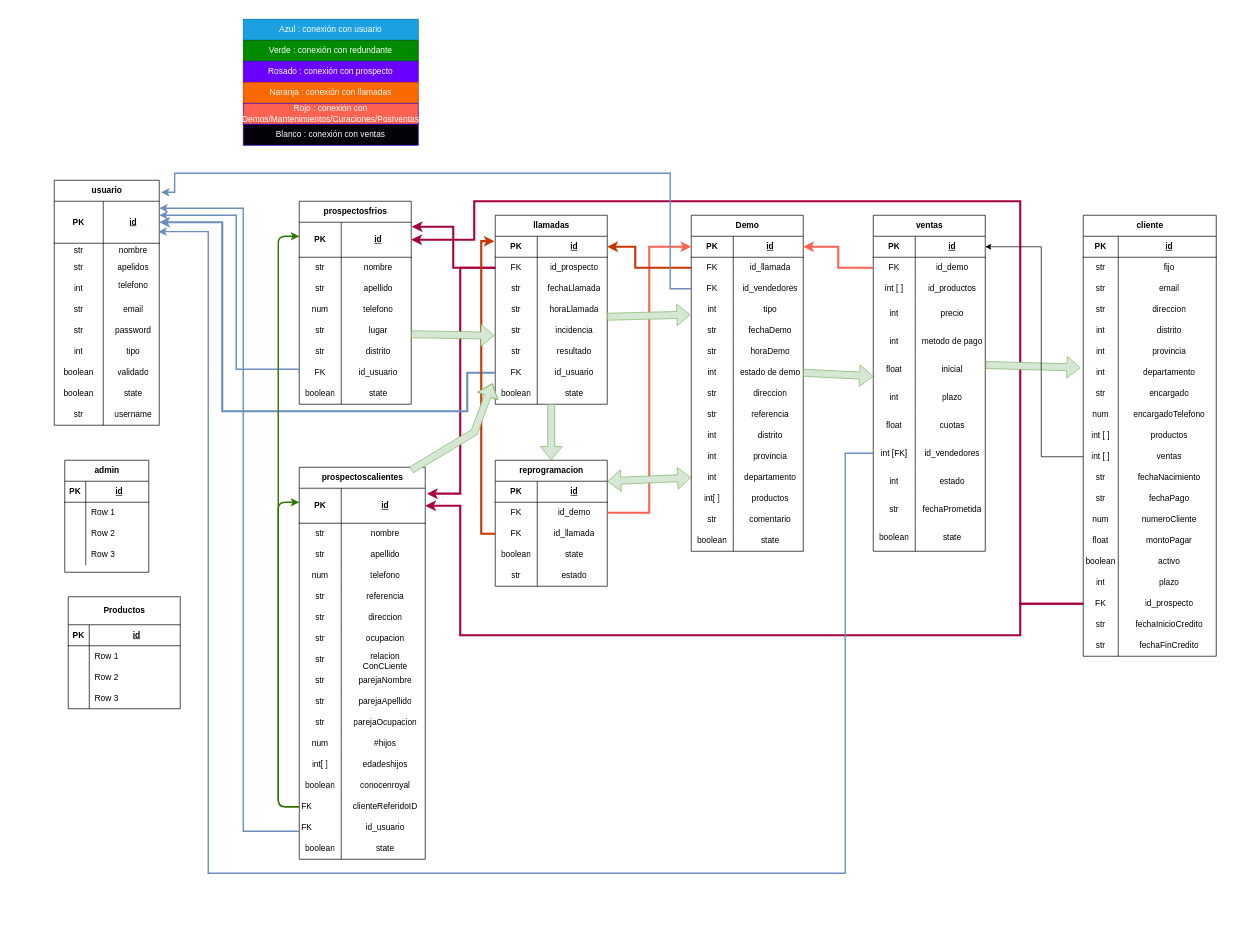
The draw.io diagram diagrama/RoyalDB.drawio in gunminiho/royalsystemBack, before the edit. Source tidied: cells renumbered, new cells numbered last; positions are measured from the earlier drawing's top-left corner, leaving out a move shared by most shapes. Both pictures are drawn from the tidied source at 70%, with x=0, y=0 at pixel (54, 19).
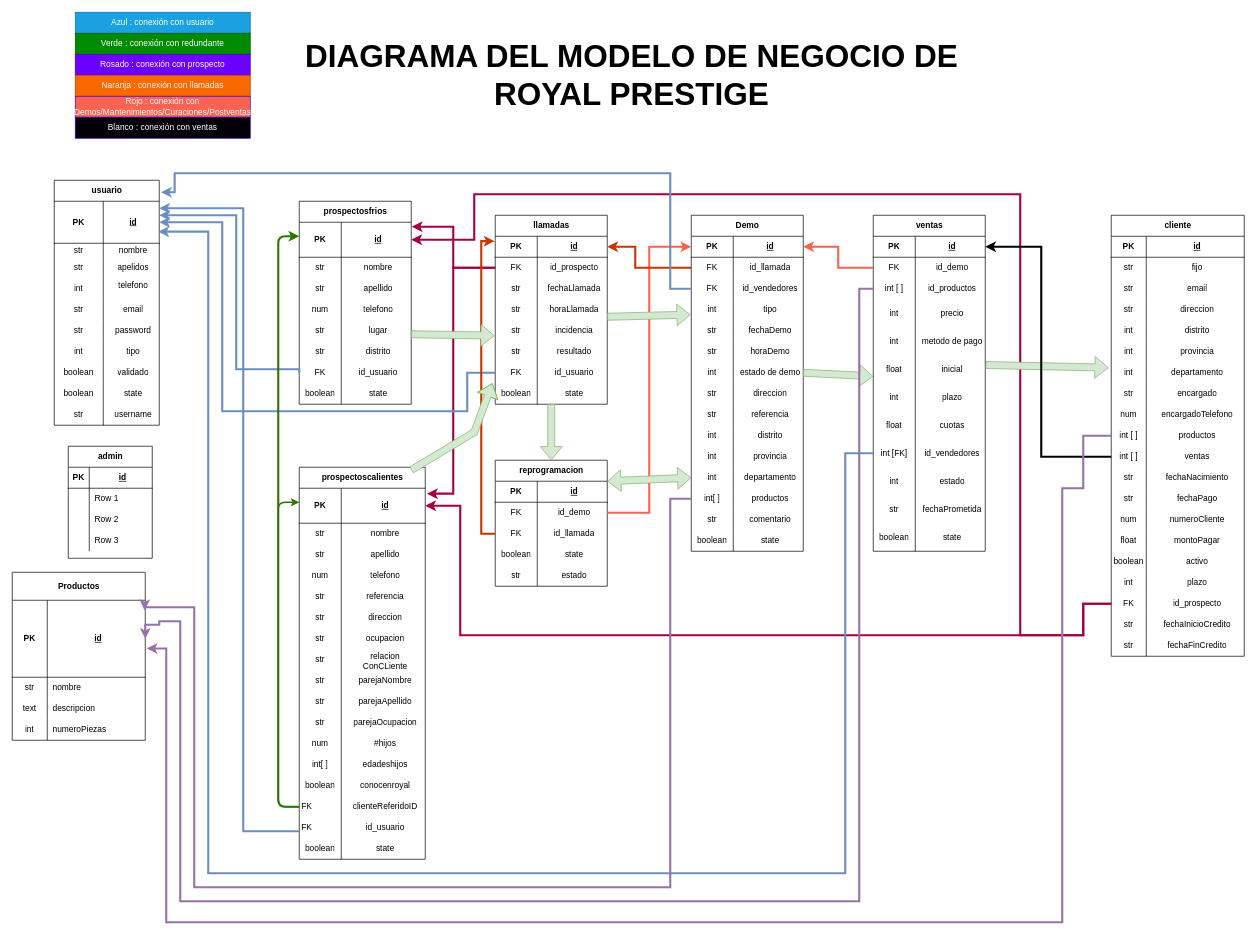
The same page after the edit.

The change refers to these unchanged cells:
```xml
<mxCell id="2" value="usuario" style="shape=table;startSize=30;childLayout=tableLayout;rowLines=0;fontStyle=1;align=center;html=1;" parent="1" vertex="1">
  <mxGeometry y="230" width="150" height="350" as="geometry" />
</mxCell>
<mxCell id="3" style="shape=tableRow;horizontal=0;startSize=0;swimlaneHead=0;swimlaneBody=0;fillColor=none;points=[[0,0.5],[1,0.5]];portConstraint=eastwest;top=0;left=0;right=0;bottom=1;" parent="2" vertex="1">
  <mxGeometry y="30" width="150" height="60" as="geometry" />
</mxCell>
<mxCell id="61" style="shape=tableRow;horizontal=0;startSize=0;swimlaneHead=0;swimlaneBody=0;fillColor=none;points=[[0,0.5],[1,0.5]];portConstraint=eastwest;top=0;left=0;right=0;bottom=0;" parent="33" vertex="1">
  <mxGeometry y="300" width="190" height="30" as="geometry" />
</mxCell>
<mxCell id="64" style="shape=tableRow;horizontal=0;startSize=0;swimlaneHead=0;swimlaneBody=0;fillColor=none;points=[[0,0.5],[1,0.5]];portConstraint=eastwest;top=0;left=0;right=0;bottom=0;" parent="33" vertex="1">
  <mxGeometry y="330" width="190" height="30" as="geometry" />
</mxCell>
<mxCell id="85" style="shape=tableRow;horizontal=0;startSize=0;swimlaneHead=0;swimlaneBody=0;fillColor=none;points=[[0,0.5],[1,0.5]];portConstraint=eastwest;top=0;left=0;right=0;bottom=0;" parent="33" vertex="1">
  <mxGeometry y="540" width="190" height="30" as="geometry" />
</mxCell>
<mxCell id="95" style="shape=tableRow;horizontal=0;startSize=0;swimlaneHead=0;swimlaneBody=0;fillColor=none;points=[[0,0.5],[1,0.5]];portConstraint=eastwest;top=0;left=0;right=0;bottom=1;" parent="94" vertex="1">
  <mxGeometry y="30" width="160" height="50" as="geometry" />
</mxCell>
<mxCell id="136" style="shape=tableRow;horizontal=0;startSize=0;swimlaneHead=0;swimlaneBody=0;fillColor=none;points=[[0,0.5],[1,0.5]];portConstraint=eastwest;top=0;left=0;right=0;bottom=0;" parent="132" vertex="1">
  <mxGeometry y="60" width="160" height="30" as="geometry" />
</mxCell>
<mxCell id="158" style="shape=tableRow;horizontal=0;startSize=0;swimlaneHead=0;swimlaneBody=0;fillColor=none;points=[[0,0.5],[1,0.5]];portConstraint=eastwest;top=0;left=0;right=0;bottom=1;" parent="157" vertex="1">
  <mxGeometry y="30" width="160" height="30" as="geometry" />
</mxCell>
<mxCell id="164" style="shape=tableRow;horizontal=0;startSize=0;swimlaneHead=0;swimlaneBody=0;fillColor=none;points=[[0,0.5],[1,0.5]];portConstraint=eastwest;top=0;left=0;right=0;bottom=0;" parent="157" vertex="1">
  <mxGeometry y="90" width="160" height="30" as="geometry" />
</mxCell>
<mxCell id="182" style="shape=tableRow;horizontal=0;startSize=0;swimlaneHead=0;swimlaneBody=0;fillColor=none;points=[[0,0.5],[1,0.5]];portConstraint=eastwest;top=0;left=0;right=0;bottom=0;" parent="157" vertex="1">
  <mxGeometry y="320" width="160" height="40" as="geometry" />
</mxCell>
<mxCell id="201" style="shape=tableRow;horizontal=0;startSize=0;swimlaneHead=0;swimlaneBody=0;fillColor=none;points=[[0,0.5],[1,0.5]];portConstraint=eastwest;top=0;left=0;right=0;bottom=0;" parent="194" vertex="1">
  <mxGeometry y="90" width="160" height="30" as="geometry" />
</mxCell>
<mxCell id="231" style="shape=tableRow;horizontal=0;startSize=0;swimlaneHead=0;swimlaneBody=0;fillColor=none;points=[[0,0.5],[1,0.5]];portConstraint=eastwest;top=0;left=0;right=0;bottom=0;" parent="194" vertex="1">
  <mxGeometry y="390" width="160" height="30" as="geometry" />
</mxCell>
<mxCell id="270" style="shape=tableRow;horizontal=0;startSize=0;swimlaneHead=0;swimlaneBody=0;fillColor=none;points=[[0,0.5],[1,0.5]];portConstraint=eastwest;top=0;left=0;right=0;bottom=1;" parent="269" vertex="1">
  <mxGeometry y="30" width="180" height="50" as="geometry" />
</mxCell>
<mxCell id="312" style="shape=tableRow;horizontal=0;startSize=0;swimlaneHead=0;swimlaneBody=0;fillColor=none;points=[[0,0.5],[1,0.5]];portConstraint=eastwest;top=0;left=0;right=0;bottom=0;" parent="269" vertex="1">
  <mxGeometry y="470" width="180" height="30" as="geometry" />
</mxCell>
<mxCell id="315" style="shape=tableRow;horizontal=0;startSize=0;swimlaneHead=0;swimlaneBody=0;fillColor=none;points=[[0,0.5],[1,0.5]];portConstraint=eastwest;top=0;left=0;right=0;bottom=0;" parent="269" vertex="1">
  <mxGeometry y="500" width="180" height="30" as="geometry" />
</mxCell>
```

The edit, as a diff of the source:
```diff
@@
     <mxCell id="33" value="cliente" style="shape=table;startSize=30;childLayout=tableLayout;rowLines=0;fontStyle=1;align=center;html=1;" parent="1" vertex="1">
-      <mxGeometry x="1470" y="280" width="190" height="630" as="geometry" />
+      <mxGeometry x="1510" y="280" width="190" height="630" as="geometry" />
     </mxCell>
@@
     <mxCell id="119" value="admin" style="shape=table;startSize=30;childLayout=tableLayout;rowLines=0;fontStyle=1;align=center;html=1;" parent="1" vertex="1">
-      <mxGeometry x="15" y="630" width="120" height="160" as="geometry" />
+      <mxGeometry x="20" y="610" width="120" height="160" as="geometry" />
     </mxCell>
@@
     <mxCell id="256" value="Productos" style="shape=table;startSize=40;childLayout=tableLayout;rowLines=0;fontStyle=1;align=center;html=1;" parent="1" vertex="1">
-      <mxGeometry x="20" y="825" width="160" height="160" as="geometry" />
+      <mxGeometry x="-60" y="790" width="190" height="240" as="geometry" />
     </mxCell>
     <mxCell id="257" style="shape=tableRow;horizontal=0;startSize=0;swimlaneHead=0;swimlaneBody=0;fillColor=none;points=[[0,0.5],[1,0.5]];portConstraint=eastwest;top=0;left=0;right=0;bottom=1;" parent="256" vertex="1">
-      <mxGeometry y="40" width="160" height="30" as="geometry" />
+      <mxGeometry y="40" width="190" height="110" as="geometry" />
     </mxCell>
     <mxCell id="258" value="PK" style="shape=partialRectangle;fillColor=none;top=0;left=0;bottom=0;right=0;fontStyle=1;overflow=hidden;whiteSpace=wrap;html=1;" parent="257" vertex="1">
-      <mxGeometry width="30" height="30" as="geometry" />
+      <mxGeometry width="50" height="110" as="geometry" />
     </mxCell>
     <mxCell id="259" value="id" style="shape=partialRectangle;fillColor=none;top=0;left=0;bottom=0;right=0;align=center;spacingLeft=6;fontStyle=5;overflow=hidden;whiteSpace=wrap;html=1;" parent="257" vertex="1">
-      <mxGeometry x="30" width="130" height="30" as="geometry" />
+      <mxGeometry x="50" width="140" height="110" as="geometry" />
     </mxCell>
     <mxCell id="260" style="shape=tableRow;horizontal=0;startSize=0;swimlaneHead=0;swimlaneBody=0;fillColor=none;top=0;left=0;right=0;bottom=0;" parent="256" vertex="1">
-      <mxGeometry y="70" width="160" height="30" as="geometry" />
+      <mxGeometry y="150" width="190" height="30" as="geometry" />
     </mxCell>
-    <mxCell id="261" style="shape=partialRectangle;fillColor=none;top=0;left=0;bottom=0;right=0;overflow=hidden;whiteSpace=wrap;html=1;" parent="260" vertex="1">
-      <mxGeometry width="30" height="30" as="geometry" />
+    <mxCell id="261" value="str" style="shape=partialRectangle;fillColor=none;top=0;left=0;bottom=0;right=0;overflow=hidden;whiteSpace=wrap;html=1;" parent="260" vertex="1">
+      <mxGeometry width="50" height="30" as="geometry" />
     </mxCell>
-    <mxCell id="262" value="Row 1" style="shape=partialRectangle;fillColor=none;top=0;left=0;bottom=0;right=0;align=left;spacingLeft=6;overflow=hidden;whiteSpace=wrap;html=1;" parent="260" vertex="1">
-      <mxGeometry x="30" width="130" height="30" as="geometry" />
+    <mxCell id="262" value="nombre" style="shape=partialRectangle;fillColor=none;top=0;left=0;bottom=0;right=0;align=left;spacingLeft=6;overflow=hidden;whiteSpace=wrap;html=1;" parent="260" vertex="1">
+      <mxGeometry x="50" width="140" height="30" as="geometry" />
     </mxCell>
     <mxCell id="263" style="shape=tableRow;horizontal=0;startSize=0;swimlaneHead=0;swimlaneBody=0;fillColor=none;top=0;left=0;right=0;bottom=0;" parent="256" vertex="1">
-      <mxGeometry y="100" width="160" height="30" as="geometry" />
+      <mxGeometry y="180" width="190" height="30" as="geometry" />
     </mxCell>
-    <mxCell id="264" style="shape=partialRectangle;fillColor=none;top=0;left=0;bottom=0;right=0;overflow=hidden;whiteSpace=wrap;html=1;" parent="263" vertex="1">
-      <mxGeometry width="30" height="30" as="geometry" />
+    <mxCell id="264" value="text" style="shape=partialRectangle;fillColor=none;top=0;left=0;bottom=0;right=0;overflow=hidden;whiteSpace=wrap;html=1;" parent="263" vertex="1">
+      <mxGeometry width="50" height="30" as="geometry" />
     </mxCell>
-    <mxCell id="265" value="Row 2" style="shape=partialRectangle;fillColor=none;top=0;left=0;bottom=0;right=0;align=left;spacingLeft=6;overflow=hidden;whiteSpace=wrap;html=1;" parent="263" vertex="1">
-      <mxGeometry x="30" width="130" height="30" as="geometry" />
+    <mxCell id="265" value="descripcion" style="shape=partialRectangle;fillColor=none;top=0;left=0;bottom=0;right=0;align=left;spacingLeft=6;overflow=hidden;whiteSpace=wrap;html=1;" parent="263" vertex="1">
+      <mxGeometry x="50" width="140" height="30" as="geometry" />
     </mxCell>
     <mxCell id="266" style="shape=tableRow;horizontal=0;startSize=0;swimlaneHead=0;swimlaneBody=0;fillColor=none;top=0;left=0;right=0;bottom=0;" parent="256" vertex="1">
-      <mxGeometry y="130" width="160" height="30" as="geometry" />
+      <mxGeometry y="210" width="190" height="30" as="geometry" />
     </mxCell>
-    <mxCell id="267" style="shape=partialRectangle;fillColor=none;top=0;left=0;bottom=0;right=0;overflow=hidden;whiteSpace=wrap;html=1;" parent="266" vertex="1">
-      <mxGeometry width="30" height="30" as="geometry" />
+    <mxCell id="267" value="int" style="shape=partialRectangle;fillColor=none;top=0;left=0;bottom=0;right=0;overflow=hidden;whiteSpace=wrap;html=1;" parent="266" vertex="1">
+      <mxGeometry width="50" height="30" as="geometry" />
     </mxCell>
-    <mxCell id="268" value="Row 3" style="shape=partialRectangle;fillColor=none;top=0;left=0;bottom=0;right=0;align=left;spacingLeft=6;overflow=hidden;whiteSpace=wrap;html=1;" parent="266" vertex="1">
-      <mxGeometry x="30" width="130" height="30" as="geometry" />
+    <mxCell id="268" value="numeroPiezas" style="shape=partialRectangle;fillColor=none;top=0;left=0;bottom=0;right=0;align=left;spacingLeft=6;overflow=hidden;whiteSpace=wrap;html=1;" parent="266" vertex="1">
+      <mxGeometry x="50" width="140" height="30" as="geometry" />
     </mxCell>
@@
-    <mxCell id="322" style="edgeStyle=orthogonalEdgeStyle;rounded=0;jettySize=auto;html=1;exitX=0;exitY=0.5;exitDx=0;exitDy=0;fillColor=#dae8fc;strokeColor=#6c8ebf;strokeWidth=2;" parent="1" edge="1" target="3">
+    <mxCell id="322" style="edgeStyle=orthogonalEdgeStyle;rounded=0;jettySize=auto;html=1;exitX=0;exitY=0.5;exitDx=0;exitDy=0;fillColor=#dae8fc;strokeColor=#6c8ebf;strokeWidth=3;" parent="1" edge="1" target="3">
       <mxGeometry relative="1" as="geometry">
         <mxPoint x="350" y="505" as="sourcePoint" />
         <Array as="points">
           <mxPoint x="350" y="500" />
           <mxPoint x="260" y="500" />
           <mxPoint x="260" y="280" />
         </Array>
       </mxGeometry>
     </mxCell>
-    <mxCell id="323" style="edgeStyle=orthogonalEdgeStyle;rounded=0;jettySize=auto;html=1;fillColor=#dae8fc;strokeColor=#6c8ebf;strokeWidth=2;" parent="1" edge="1" source="315" target="3">
+    <mxCell id="323" style="edgeStyle=orthogonalEdgeStyle;rounded=0;jettySize=auto;html=1;fillColor=#dae8fc;strokeColor=#6c8ebf;strokeWidth=3;" parent="1" edge="1" source="315" target="3">
       <mxGeometry relative="1" as="geometry">
         <Array as="points">
           <mxPoint x="270" y="1160" />
           <mxPoint x="270" y="270" />
         </Array>
       </mxGeometry>
     </mxCell>
@@
     <mxCell id="325" style="edgeStyle=orthogonalEdgeStyle;rounded=0;jettySize=auto;html=1;exitX=0;exitY=0.5;exitDx=0;exitDy=0;entryX=1.014;entryY=0.154;entryDx=0;entryDy=0;entryPerimeter=0;fillColor=#d80073;strokeColor=#A50040;strokeWidth=3;" parent="1" edge="1" source="136" target="270">
-      <mxGeometry relative="1" as="geometry" />
+      <mxGeometry relative="1" as="geometry">
+        <Array as="points">
+          <mxPoint x="570" y="355" />
+          <mxPoint x="570" y="678" />
+        </Array>
+      </mxGeometry>
     </mxCell>
@@
-    <mxCell id="327" style="edgeStyle=orthogonalEdgeStyle;rounded=1;jettySize=auto;html=1;exitX=0;exitY=0.5;exitDx=0;exitDy=0;entryX=0;entryY=0.4;entryDx=0;entryDy=0;entryPerimeter=0;fillColor=#60a917;strokeColor=#2D7600;strokeWidth=2;curved=0;" parent="1" edge="1" source="312" target="95">
+    <mxCell id="327" style="edgeStyle=orthogonalEdgeStyle;rounded=1;jettySize=auto;html=1;exitX=0;exitY=0.5;exitDx=0;exitDy=0;entryX=0;entryY=0.4;entryDx=0;entryDy=0;entryPerimeter=0;fillColor=#60a917;strokeColor=#2D7600;strokeWidth=3;curved=0;" parent="1" edge="1" source="312" target="95">
       <mxGeometry relative="1" as="geometry">
         <Array as="points">
           <mxPoint x="320" y="1125" />
           <mxPoint x="320" y="310" />
         </Array>
       </mxGeometry>
     </mxCell>
     <mxCell id="328" value="Azul : conexión con usuario" style="text;strokeColor=#006EAF;align=center;fillColor=#1ba1e2;html=1;verticalAlign=middle;whiteSpace=wrap;rounded=0;fontColor=#ffffff;" parent="1" vertex="1">
-      <mxGeometry x="270" width="250" height="30" as="geometry" />
+      <mxGeometry x="30" y="-10" width="250" height="30" as="geometry" />
     </mxCell>
     <mxCell id="329" value="Verde : conexión con redundante" style="text;strokeColor=#005700;align=center;fillColor=#008a00;html=1;verticalAlign=middle;whiteSpace=wrap;rounded=0;fontColor=#ffffff;" parent="1" vertex="1">
-      <mxGeometry x="270" y="30" width="250" height="30" as="geometry" />
+      <mxGeometry x="30" y="20" width="250" height="30" as="geometry" />
     </mxCell>
     <mxCell id="330" value="Rosado : conexión con prospecto" style="text;strokeColor=#3700CC;align=center;fillColor=#6a00ff;html=1;verticalAlign=middle;whiteSpace=wrap;rounded=0;fontColor=#ffffff;" parent="1" vertex="1">
-      <mxGeometry x="270" y="60" width="250" height="30" as="geometry" />
+      <mxGeometry x="30" y="50" width="250" height="30" as="geometry" />
     </mxCell>
@@
     <mxCell id="333" value="Naranja : conexión con llamadas" style="text;strokeColor=#C73500;align=center;fillColor=#fa6800;html=1;verticalAlign=middle;whiteSpace=wrap;rounded=0;fontColor=#FAFAFA;" parent="1" vertex="1">
-      <mxGeometry x="270" y="90" width="250" height="30" as="geometry" />
+      <mxGeometry x="30" y="80" width="250" height="30" as="geometry" />
     </mxCell>
     <mxCell id="334" value="Rojo : conexión con Demos/Mantenimientos/Curaciones/Postventas" style="text;strokeColor=#3700CC;align=center;fillColor=#FC6251;html=1;verticalAlign=middle;whiteSpace=wrap;rounded=0;fontColor=#ffffff;" parent="1" vertex="1">
-      <mxGeometry x="270" y="120" width="250" height="30" as="geometry" />
+      <mxGeometry x="30" y="110" width="250" height="30" as="geometry" />
     </mxCell>
     <mxCell id="335" value="Blanco : conexión con ventas" style="text;strokeColor=#3700CC;align=center;fillColor=#030008;html=1;verticalAlign=middle;whiteSpace=wrap;rounded=0;fontColor=#ffffff;" parent="1" vertex="1">
-      <mxGeometry x="270" y="150" width="250" height="30" as="geometry" />
+      <mxGeometry x="30" y="140" width="250" height="30" as="geometry" />
     </mxCell>
     <mxCell id="336" style="edgeStyle=orthogonalEdgeStyle;rounded=0;jettySize=auto;html=1;exitX=0;exitY=0.5;exitDx=0;exitDy=0;entryX=1;entryY=0.5;entryDx=0;entryDy=0;fillColor=#d80073;strokeColor=#A50040;strokeWidth=3;" parent="1" edge="1" source="85" target="95">
       <mxGeometry relative="1" as="geometry">
         <Array as="points">
-          <mxPoint x="1380" y="835" />
-          <mxPoint x="1380" y="260" />
-          <mxPoint x="600" y="260" />
+          <mxPoint x="1470" y="835" />
+          <mxPoint x="1470" y="880" />
+          <mxPoint x="1380" y="880" />
+          <mxPoint x="1380" y="250" />
+          <mxPoint x="600" y="250" />
           <mxPoint x="600" y="315" />
         </Array>
       </mxGeometry>
     </mxCell>
@@
     <mxCell id="344" style="edgeStyle=orthogonalEdgeStyle;rounded=0;jettySize=auto;html=1;exitX=0;exitY=0.5;exitDx=0;exitDy=0;entryX=1;entryY=0.5;entryDx=0;entryDy=0;fillColor=#d80073;strokeColor=#A50040;strokeWidth=3;" parent="1" edge="1" source="85" target="270">
       <mxGeometry relative="1" as="geometry">
         <Array as="points">
-          <mxPoint x="1380" y="835" />
-          <mxPoint x="1380" y="880" />
+          <mxPoint x="1470" y="835" />
+          <mxPoint x="1470" y="880" />
           <mxPoint x="580" y="880" />
           <mxPoint x="580" y="695" />
         </Array>
       </mxGeometry>
     </mxCell>
@@
-    <mxCell id="346" style="edgeStyle=orthogonalEdgeStyle;rounded=0;jettySize=auto;html=1;exitX=0;exitY=0.5;exitDx=0;exitDy=0;entryX=0.991;entryY=0.724;entryDx=0;entryDy=0;entryPerimeter=0;fillColor=#dae8fc;strokeColor=#6c8ebf;strokeWidth=2;" parent="1" edge="1" source="182" target="3">
+    <mxCell id="346" style="edgeStyle=orthogonalEdgeStyle;rounded=0;jettySize=auto;html=1;exitX=0;exitY=0.5;exitDx=0;exitDy=0;entryX=0.991;entryY=0.724;entryDx=0;entryDy=0;entryPerimeter=0;fillColor=#dae8fc;strokeColor=#6c8ebf;strokeWidth=3;" parent="1" edge="1" source="182" target="3">
       <mxGeometry relative="1" as="geometry">
         <Array as="points">
           <mxPoint x="1130" y="620" />
           <mxPoint x="1130" y="1220" />
           <mxPoint x="220" y="1220" />
           <mxPoint x="220" y="303" />
         </Array>
       </mxGeometry>
     </mxCell>
@@
-    <mxCell id="348" style="edgeStyle=orthogonalEdgeStyle;rounded=0;jettySize=auto;html=1;exitX=0;exitY=0.5;exitDx=0;exitDy=0;entryX=1.017;entryY=0.049;entryDx=0;entryDy=0;entryPerimeter=0;fillColor=#dae8fc;gradientColor=#7ea6e0;strokeColor=#6c8ebf;strokeWidth=2;" parent="1" edge="1" source="201" target="2">
+    <mxCell id="348" style="edgeStyle=orthogonalEdgeStyle;rounded=0;jettySize=auto;html=1;exitX=0;exitY=0.5;exitDx=0;exitDy=0;entryX=1.017;entryY=0.049;entryDx=0;entryDy=0;entryPerimeter=0;fillColor=#dae8fc;gradientColor=#7ea6e0;strokeColor=#6c8ebf;strokeWidth=3;" parent="1" edge="1" source="201" target="2">
       <mxGeometry relative="1" as="geometry">
         <Array as="points">
           <mxPoint x="880" y="385" />
           <mxPoint x="880" y="220" />
           <mxPoint x="172" y="220" />
           <mxPoint x="172" y="247" />
         </Array>
       </mxGeometry>
     </mxCell>
-    <mxCell id="349" style="edgeStyle=orthogonalEdgeStyle;rounded=0;jettySize=auto;html=1;exitX=0;exitY=0.5;exitDx=0;exitDy=0;entryX=1;entryY=0.5;entryDx=0;entryDy=0;" parent="1" edge="1" source="64" target="158">
+    <mxCell id="349" style="edgeStyle=orthogonalEdgeStyle;rounded=0;jettySize=auto;html=1;exitX=0;exitY=0.5;exitDx=0;exitDy=0;entryX=1;entryY=0.5;entryDx=0;entryDy=0;strokeWidth=3;" parent="1" edge="1" source="64" target="158">
       <mxGeometry relative="1" as="geometry">
         <Array as="points">
           <mxPoint x="1410" y="625" />
           <mxPoint x="1410" y="325" />
         </Array>
       </mxGeometry>
     </mxCell>
+    <mxCell id="350" style="edgeStyle=orthogonalEdgeStyle;rounded=0;jettySize=auto;html=1;exitX=0;exitY=0.5;exitDx=0;exitDy=0;fillColor=#e1d5e7;strokeColor=#9673a6;strokeWidth=3;entryX=0.995;entryY=0.129;entryDx=0;entryDy=0;entryPerimeter=0;" parent="1" edge="1" source="231" target="257">
+      <mxGeometry relative="1" as="geometry">
+        <Array as="points">
+          <mxPoint x="880" y="685" />
+          <mxPoint x="880" y="1240" />
+          <mxPoint x="200" y="1240" />
+          <mxPoint x="200" y="840" />
+        </Array>
+      </mxGeometry>
+    </mxCell>
+    <mxCell id="351" style="edgeStyle=orthogonalEdgeStyle;rounded=0;jettySize=auto;html=1;exitX=0;exitY=0.5;exitDx=0;exitDy=0;entryX=1;entryY=0.5;entryDx=0;entryDy=0;fillColor=#e1d5e7;strokeColor=#9673a6;strokeWidth=3;" parent="1" edge="1" source="164" target="257">
+      <mxGeometry relative="1" as="geometry">
+        <Array as="points">
+          <mxPoint x="1150" y="385" />
+          <mxPoint x="1150" y="1260" />
+          <mxPoint x="180" y="1260" />
+          <mxPoint x="180" y="860" />
+          <mxPoint x="150" y="860" />
+          <mxPoint x="150" y="865" />
+          <mxPoint x="130" y="865" />
+        </Array>
+      </mxGeometry>
+    </mxCell>
+    <mxCell id="352" style="edgeStyle=orthogonalEdgeStyle;rounded=0;jettySize=auto;html=1;exitX=0;exitY=0.5;exitDx=0;exitDy=0;entryX=1.011;entryY=0.627;entryDx=0;entryDy=0;entryPerimeter=0;fillColor=#e1d5e7;strokeColor=#9673a6;strokeWidth=3;" parent="1" edge="1" source="61" target="257">
+      <mxGeometry relative="1" as="geometry">
+        <Array as="points">
+          <mxPoint x="1470" y="595" />
+          <mxPoint x="1470" y="670" />
+          <mxPoint x="1440" y="670" />
+          <mxPoint x="1440" y="1290" />
+          <mxPoint x="160" y="1290" />
+          <mxPoint x="160" y="899" />
+        </Array>
+      </mxGeometry>
+    </mxCell>
+    <mxCell id="353" value="&lt;b&gt;&lt;font style=&quot;font-size: 45px;&quot;&gt;DIAGRAMA DEL MODELO DE NEGOCIO DE ROYAL PRESTIGE&lt;/font&gt;&lt;/b&gt;" style="text;align=center;fillColor=none;html=1;verticalAlign=middle;whiteSpace=wrap;rounded=0;" parent="1" vertex="1">
+      <mxGeometry x="350" width="950" height="160" as="geometry" />
+    </mxCell>
```
